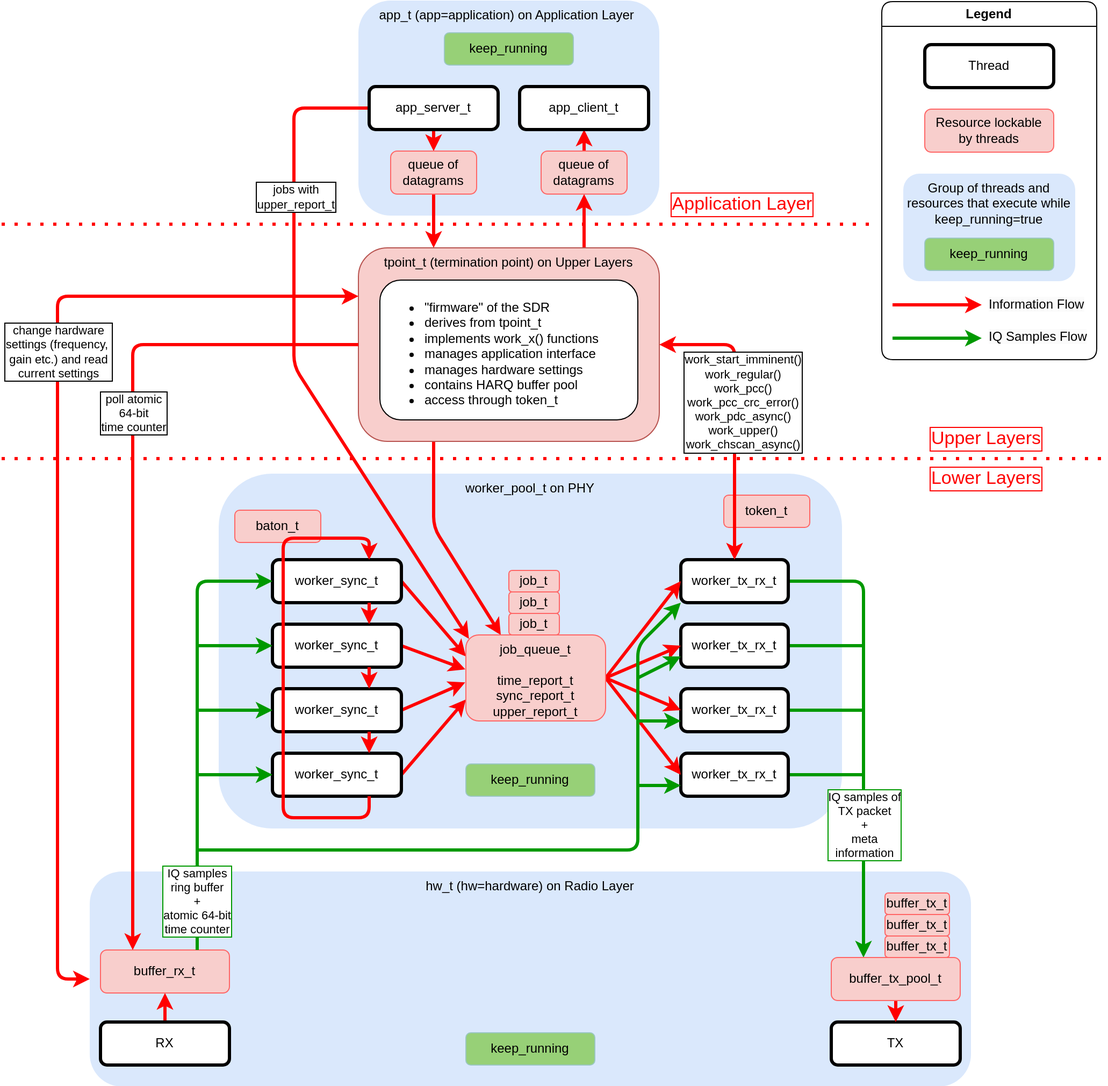
maxpenner/DECT-NR-Plus-SDR keeps this draw.io diagram as docs/sdr_architecture.drawio.png. Above is the earlier version. Source tidied: cells renumbered, new cells last; positions are measured from the earlier drawing's top-left corner, leaving out a move shared by most shapes.
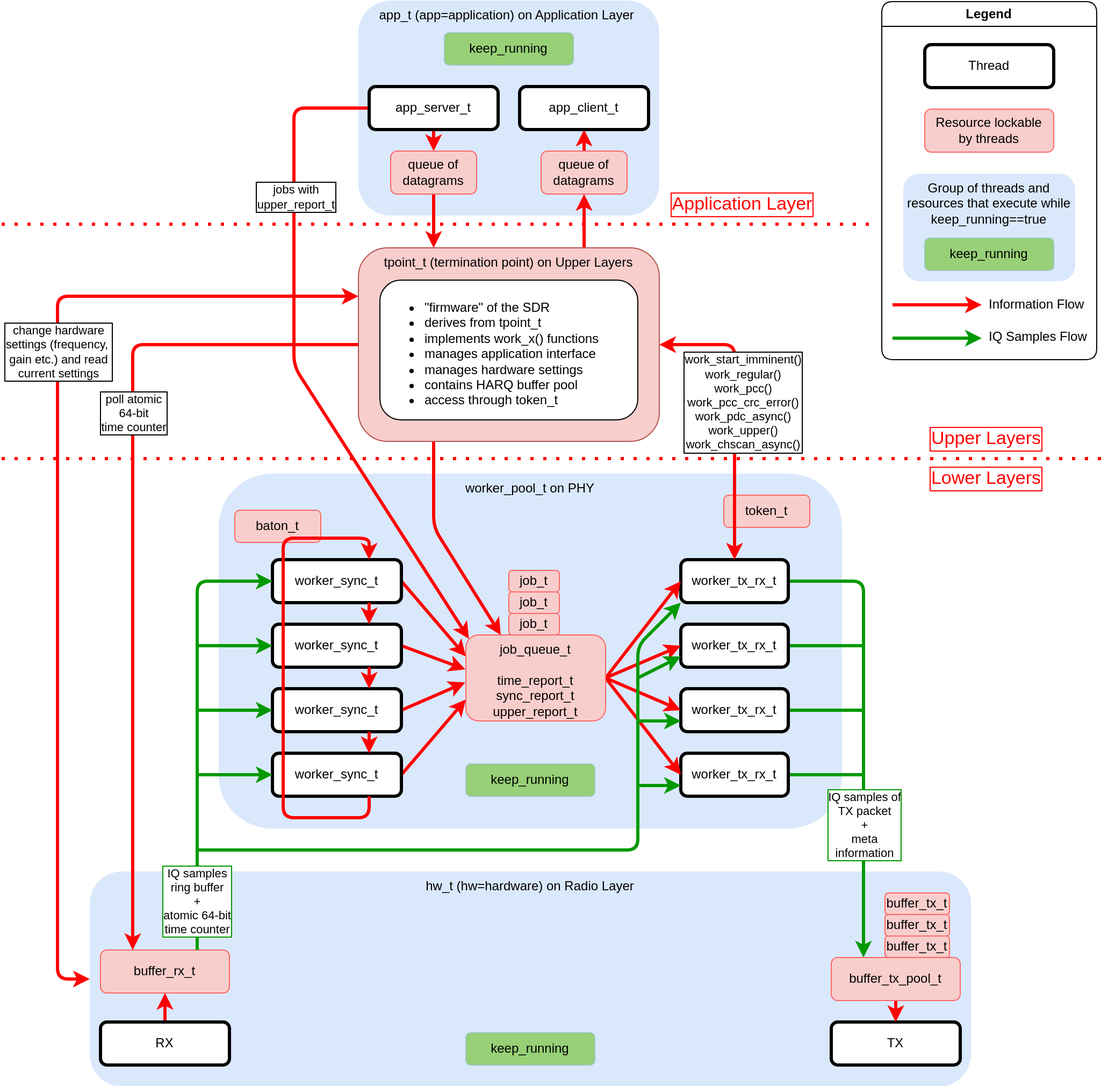
After the commit.

What changed in the source:
```diff
@@ -249,7 +249,7 @@
     <mxCell id="65" value="Legend" style="swimlane;whiteSpace=wrap;html=1;rounded=1;strokeColor=default;swimlaneFillColor=light-dark(#ffffff, #212121);" parent="1" vertex="1">
       <mxGeometry x="819" y="1" width="200" height="333" as="geometry" />
     </mxCell>
-    <mxCell id="66" value="Group of threads and resources that execute while keep_running=true" style="rounded=1;whiteSpace=wrap;html=1;fillColor=#dae8fc;strokeColor=none;verticalAlign=top;dashed=1;" parent="65" vertex="1">
+    <mxCell id="66" value="Group of threads and resources that execute while keep_running==true" style="rounded=1;whiteSpace=wrap;html=1;fillColor=#dae8fc;strokeColor=none;verticalAlign=top;dashed=1;" parent="65" vertex="1">
       <mxGeometry x="20" y="160" width="160" height="100" as="geometry" />
     </mxCell>
     <mxCell id="67" value="keep_running" style="rounded=1;whiteSpace=wrap;html=1;fillColor=#97D077;strokeColor=#9AC7BF;strokeWidth=1;" parent="65" vertex="1">
```
